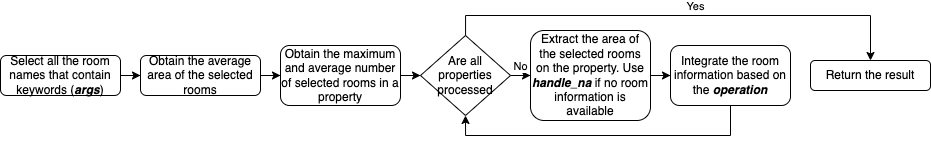
Earlier version of the draw.io export Final Report/figures/extract_room_get_rooms.png (luowx0905/Individual-Project). Source tidied: cells renumbered, new cells last; positions are measured from the earlier drawing's top-left corner, leaving out a move shared by most shapes.
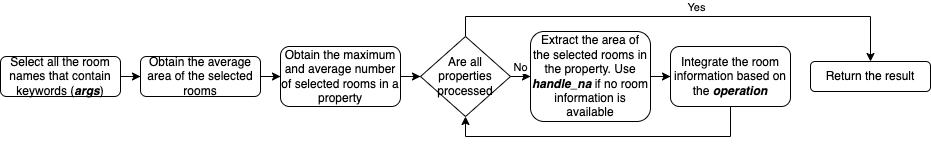
The same diagram one commit later.

Diff of the diagram source:
```diff
@@ -47,7 +47,7 @@
     <mxCell id="13" style="edgeStyle=orthogonalEdgeStyle;rounded=0;jettySize=auto;html=1;" parent="1" edge="1" source="14" target="16">
       <mxGeometry relative="1" as="geometry" />
     </mxCell>
-    <mxCell id="14" value="Extract the area of the selected rooms on the property. Use &lt;b&gt;&lt;i&gt;handle_na&lt;/i&gt;&lt;/b&gt; if no room information is available" style="rounded=1;whiteSpace=wrap;html=1;" parent="1" vertex="1">
+    <mxCell id="14" value="Extract the area of the selected rooms in the property. Use &lt;b&gt;&lt;i&gt;handle_na&lt;/i&gt;&lt;/b&gt; if no room information is available" style="rounded=1;whiteSpace=wrap;html=1;" parent="1" vertex="1">
       <mxGeometry x="530" y="15" width="120" height="90" as="geometry" />
     </mxCell>
     <mxCell id="15" style="edgeStyle=orthogonalEdgeStyle;rounded=0;jettySize=auto;html=1;entryX=0.5;entryY=1;entryDx=0;entryDy=0;" parent="1" edge="1" source="16" target="12">
```
